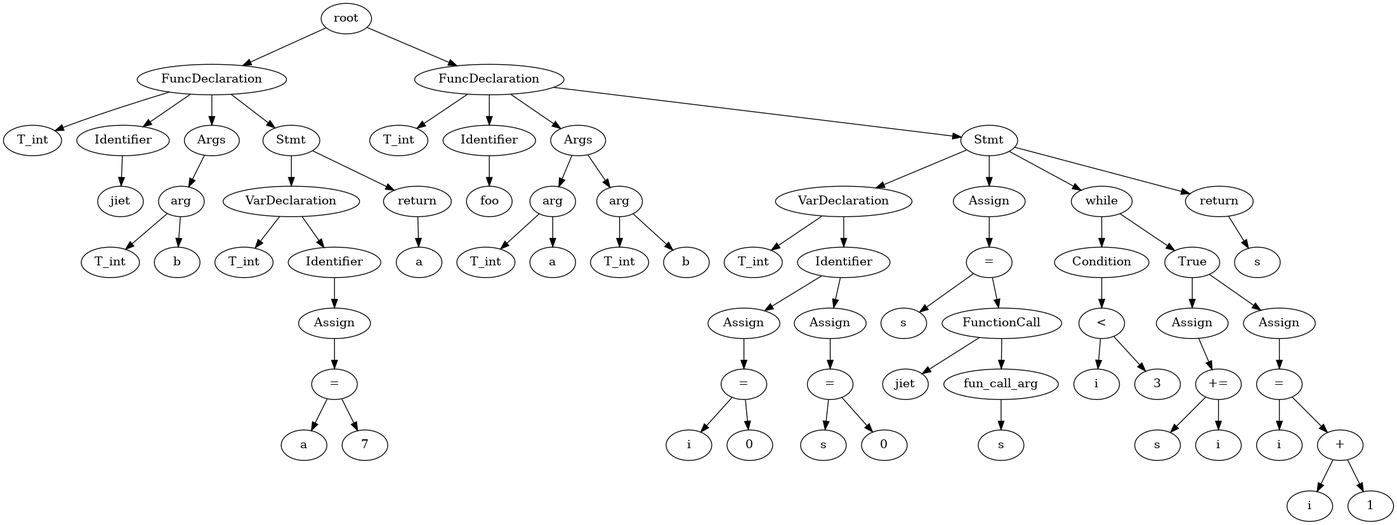
Jstar49/starCC keeps this Graphviz diagram as test.gv.png. Above is the earlier version. Its source is kept beside it as test.gv. Source of this version:
```dot
digraph {
	None [label=root]
	0 [label=FuncDeclaration]
	None -> 0
	1 [label=T_int]
	0 -> 1
	2 [label=Identifier]
	0 -> 2
	3 [label=jiet]
	2 -> 3
	4 [label=Args]
	0 -> 4
	5 [label=arg]
	4 -> 5
	6 [label=T_int]
	5 -> 6
	7 [label=b]
	5 -> 7
	8 [label=Stmt]
	0 -> 8
	9 [label=VarDeclaration]
	8 -> 9
	10 [label=T_int]
	9 -> 10
	11 [label=Identifier]
	9 -> 11
	12 [label=Assign]
	11 -> 12
	14 [label="="]
	12 -> 14
	13 [label=a]
	14 -> 13
	15 [label=7]
	14 -> 15
	16 [label=return]
	8 -> 16
	17 [label=a]
	16 -> 17
	18 [label=FuncDeclaration]
	None -> 18
	19 [label=T_int]
	18 -> 19
	20 [label=Identifier]
	18 -> 20
	21 [label=foo]
	20 -> 21
	22 [label=Args]
	18 -> 22
	23 [label=arg]
	22 -> 23
	24 [label=T_int]
	23 -> 24
	25 [label=a]
	23 -> 25
	26 [label=arg]
	22 -> 26
	27 [label=T_int]
	26 -> 27
	28 [label=b]
	26 -> 28
	29 [label=Stmt]
	18 -> 29
	30 [label=VarDeclaration]
	29 -> 30
	31 [label=T_int]
	30 -> 31
	32 [label=Identifier]
	30 -> 32
	33 [label=Assign]
	32 -> 33
	35 [label="="]
	33 -> 35
	34 [label=i]
	35 -> 34
	36 [label=0]
	35 -> 36
	37 [label=Assign]
	32 -> 37
	39 [label="="]
	37 -> 39
	38 [label=s]
	39 -> 38
	40 [label=0]
	39 -> 40
	41 [label=Assign]
	29 -> 41
	43 [label="="]
	41 -> 43
	42 [label=s]
	43 -> 42
	44 [label=FunctionCall]
	43 -> 44
	45 [label=jiet]
	44 -> 45
	46 [label=fun_call_arg]
	44 -> 46
	47 [label=s]
	46 -> 47
	48 [label=while]
	29 -> 48
	49 [label=Condition]
	48 -> 49
	51 [label="<"]
	49 -> 51
	50 [label=i]
	51 -> 50
	52 [label=3]
	51 -> 52
	53 [label=True]
	48 -> 53
	54 [label=Assign]
	53 -> 54
	56 [label="+="]
	54 -> 56
	55 [label=s]
	56 -> 55
	57 [label=i]
	56 -> 57
	58 [label=Assign]
	53 -> 58
	60 [label="="]
	58 -> 60
	59 [label=i]
	60 -> 59
	62 [label="+"]
	60 -> 62
	61 [label=i]
	62 -> 61
	63 [label=1]
	62 -> 63
	64 [label=return]
	29 -> 64
	65 [label=s]
	64 -> 65
}
```
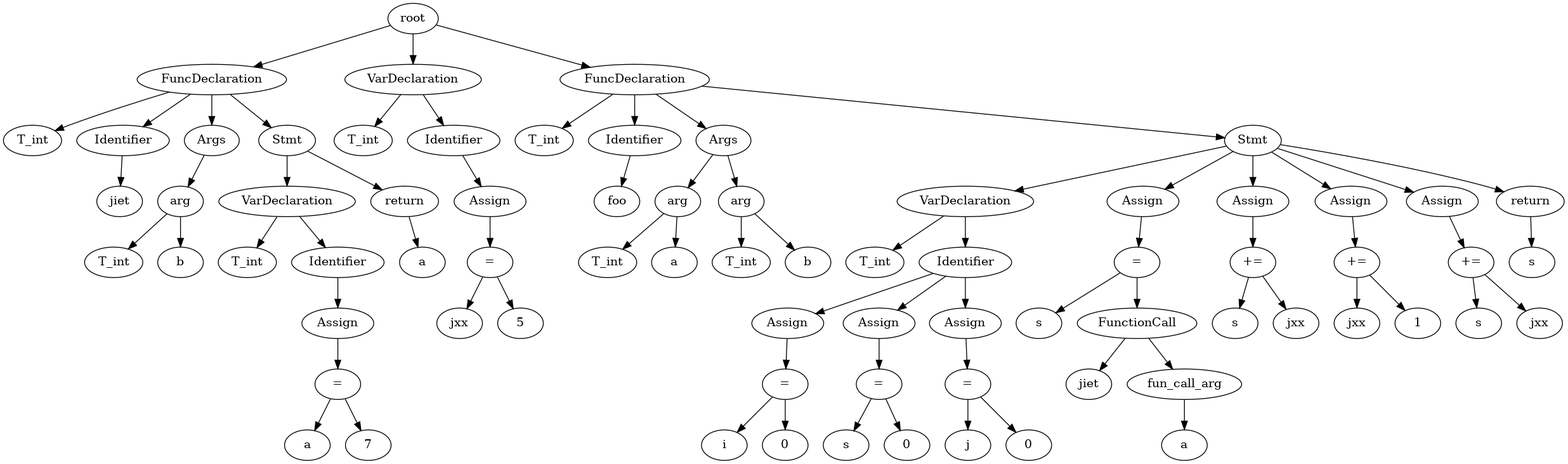
After the change.

Diff of the diagram source:
```diff
@@ -36,100 +36,114 @@
 	8 -> 16
 	17 [label=a]
 	16 -> 17
-	18 [label=FuncDeclaration]
+	18 [label=VarDeclaration]
 	None -> 18
 	19 [label=T_int]
 	18 -> 19
 	20 [label=Identifier]
 	18 -> 20
-	21 [label=foo]
+	21 [label=Assign]
 	20 -> 21
-	22 [label=Args]
-	18 -> 22
-	23 [label=arg]
-	22 -> 23
-	24 [label=T_int]
+	23 [label="="]
+	21 -> 23
+	22 [label=jxx]
+	23 -> 22
+	24 [label=5]
 	23 -> 24
-	25 [label=a]
-	23 -> 25
-	26 [label=arg]
-	22 -> 26
-	27 [label=T_int]
-	26 -> 27
-	28 [label=b]
-	26 -> 28
-	29 [label=Stmt]
-	18 -> 29
-	30 [label=VarDeclaration]
+	25 [label=FuncDeclaration]
+	None -> 25
+	26 [label=T_int]
+	25 -> 26
+	27 [label=Identifier]
+	25 -> 27
+	28 [label=foo]
+	27 -> 28
+	29 [label=Args]
+	25 -> 29
+	30 [label=arg]
 	29 -> 30
 	31 [label=T_int]
 	30 -> 31
-	32 [label=Identifier]
+	32 [label=a]
 	30 -> 32
-	33 [label=Assign]
-	32 -> 33
-	35 [label="="]
+	33 [label=arg]
+	29 -> 33
+	34 [label=T_int]
+	33 -> 34
+	35 [label=b]
 	33 -> 35
-	34 [label=i]
-	35 -> 34
-	36 [label=0]
-	35 -> 36
-	37 [label=Assign]
-	32 -> 37
-	39 [label="="]
+	36 [label=Stmt]
+	25 -> 36
+	37 [label=VarDeclaration]
+	36 -> 37
+	38 [label=T_int]
+	37 -> 38
+	39 [label=Identifier]
 	37 -> 39
-	38 [label=s]
-	39 -> 38
-	40 [label=0]
+	40 [label=Assign]
 	39 -> 40
-	41 [label=Assign]
-	29 -> 41
-	43 [label="="]
-	41 -> 43
-	42 [label=s]
-	43 -> 42
-	44 [label=FunctionCall]
-	43 -> 44
-	45 [label=jiet]
-	44 -> 45
-	46 [label=fun_call_arg]
+	42 [label="="]
+	40 -> 42
+	41 [label=i]
+	42 -> 41
+	43 [label=0]
+	42 -> 43
+	44 [label=Assign]
+	39 -> 44
+	46 [label="="]
 	44 -> 46
-	47 [label=s]
+	45 [label=s]
+	46 -> 45
+	47 [label=0]
 	46 -> 47
-	48 [label=while]
-	29 -> 48
-	49 [label=Condition]
-	48 -> 49
-	51 [label="<"]
-	49 -> 51
-	50 [label=i]
-	51 -> 50
-	52 [label=3]
-	51 -> 52
-	53 [label=True]
-	48 -> 53
-	54 [label=Assign]
-	53 -> 54
-	56 [label="+="]
-	54 -> 56
-	55 [label=s]
-	56 -> 55
-	57 [label=i]
-	56 -> 57
-	58 [label=Assign]
-	53 -> 58
-	60 [label="="]
-	58 -> 60
-	59 [label=i]
-	60 -> 59
-	62 [label="+"]
-	60 -> 62
-	61 [label=i]
-	62 -> 61
-	63 [label=1]
-	62 -> 63
-	64 [label=return]
-	29 -> 64
-	65 [label=s]
-	64 -> 65
+	48 [label=Assign]
+	39 -> 48
+	50 [label="="]
+	48 -> 50
+	49 [label=j]
+	50 -> 49
+	51 [label=0]
+	50 -> 51
+	52 [label=Assign]
+	36 -> 52
+	54 [label="="]
+	52 -> 54
+	53 [label=s]
+	54 -> 53
+	55 [label=FunctionCall]
+	54 -> 55
+	56 [label=jiet]
+	55 -> 56
+	57 [label=fun_call_arg]
+	55 -> 57
+	58 [label=a]
+	57 -> 58
+	59 [label=Assign]
+	36 -> 59
+	61 [label="+="]
+	59 -> 61
+	60 [label=s]
+	61 -> 60
+	62 [label=jxx]
+	61 -> 62
+	63 [label=Assign]
+	36 -> 63
+	65 [label="+="]
+	63 -> 65
+	64 [label=jxx]
+	65 -> 64
+	66 [label=1]
+	65 -> 66
+	67 [label=Assign]
+	36 -> 67
+	69 [label="+="]
+	67 -> 69
+	68 [label=s]
+	69 -> 68
+	70 [label=jxx]
+	69 -> 70
+	71 [label=return]
+	36 -> 71
+	72 [label=s]
+	71 -> 72
 }
```
